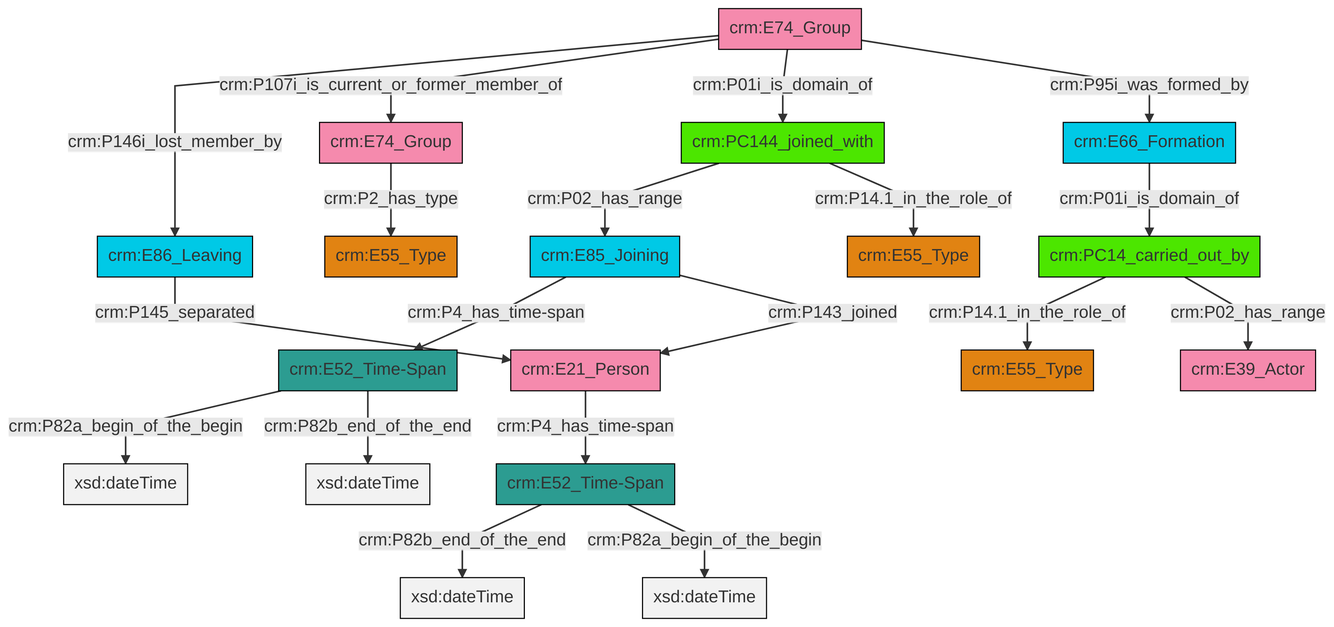
This is et/groupCSV/ttl/mmd/png/group_actor_relations.png from swiss-art-research-net/reference-data-models, a Mermaid export, as it was before one commit. Its source is kept beside it as et/groupCSV/ttl/mmd/group_actor_relations.ttl.mmd.
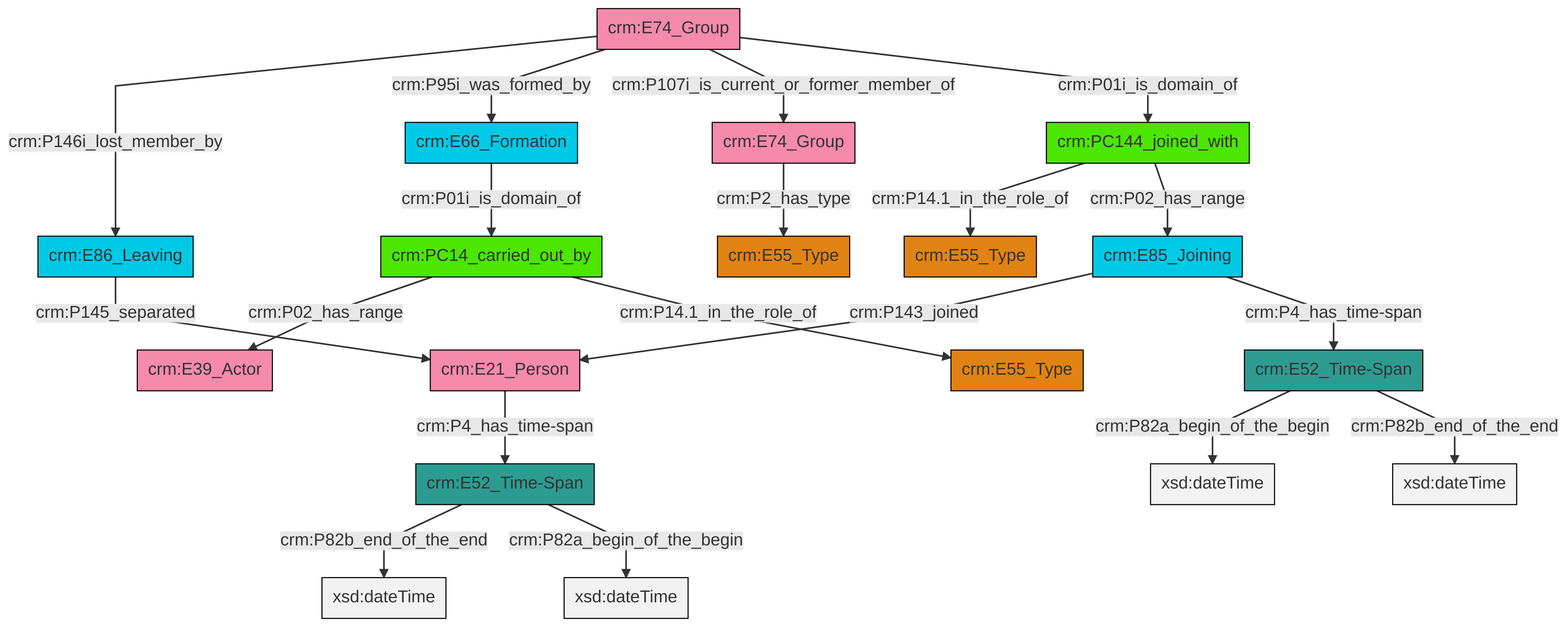
After the commit.

Change to the diagram source:
```diff
@@ -13,21 +13,21 @@
 classDef PC_Classes fill:#4ce600, stroke:#000000;
 classDef Multi fill:#cccccc,stroke:#000000;
 
-0["crm:E74_Group"]:::Actor -->|crm:P146i_lost_member_by| 1["crm:E86_Leaving"]:::Temporal_Entity
-2["crm:E85_Joining"]:::Temporal_Entity -->|crm:P4_has_time-span| 3["crm:E52_Time-Span"]:::Time-Span
-3["crm:E52_Time-Span"]:::Time-Span -->|crm:P82a_begin_of_the_begin| 4[xsd:dateTime]:::Literal
-11["crm:PC14_carried_out_by"]:::PC_Classes -->|crm:P14.1_in_the_role_of| 5["crm:E55_Type"]:::Type
-13["crm:E52_Time-Span"]:::Time-Span -->|crm:P82b_end_of_the_end| 14[xsd:dateTime]:::Literal
-2["crm:E85_Joining"]:::Temporal_Entity -->|crm:P143_joined| 9["crm:E21_Person"]:::Actor
-0["crm:E74_Group"]:::Actor -->|crm:P107i_is_current_or_former_member_of| 27["crm:E74_Group"]:::Actor
-9["crm:E21_Person"]:::Actor -->|crm:P4_has_time-span| 13["crm:E52_Time-Span"]:::Time-Span
-1["crm:E86_Leaving"]:::Temporal_Entity -->|crm:P145_separated| 9["crm:E21_Person"]:::Actor
-19["crm:E66_Formation"]:::Temporal_Entity -->|crm:P01i_is_domain_of| 11["crm:PC14_carried_out_by"]:::PC_Classes
-15["crm:PC144_joined_with"]:::PC_Classes -->|crm:P02_has_range| 2["crm:E85_Joining"]:::Temporal_Entity
-3["crm:E52_Time-Span"]:::Time-Span -->|crm:P82b_end_of_the_end| 30[xsd:dateTime]:::Literal
-13["crm:E52_Time-Span"]:::Time-Span -->|crm:P82a_begin_of_the_begin| 32[xsd:dateTime]:::Literal
-11["crm:PC14_carried_out_by"]:::PC_Classes -->|crm:P02_has_range| 23["crm:E39_Actor"]:::Actor
-0["crm:E74_Group"]:::Actor -->|crm:P01i_is_domain_of| 15["crm:PC144_joined_with"]:::PC_Classes
-15["crm:PC144_joined_with"]:::PC_Classes -->|crm:P14.1_in_the_role_of| 17["crm:E55_Type"]:::Type
-0["crm:E74_Group"]:::Actor -->|crm:P95i_was_formed_by| 19["crm:E66_Formation"]:::Temporal_Entity
-27["crm:E74_Group"]:::Actor -->|crm:P2_has_type| 7["crm:E55_Type"]:::Type
+0["crm:PC144_joined_with"]:::PC_Classes -->|crm:P14.1_in_the_role_of| 1["crm:E55_Type"]:::Type
+2["crm:E74_Group"]:::Actor -->|crm:P146i_lost_member_by| 3["crm:E86_Leaving"]:::Temporal_Entity
+9["crm:E85_Joining"]:::Temporal_Entity -->|crm:P143_joined| 4["crm:E21_Person"]:::Actor
+10["crm:E52_Time-Span"]:::Time-Span -->|crm:P82b_end_of_the_end| 11[xsd:dateTime]:::Literal
+16["crm:E66_Formation"]:::Temporal_Entity -->|crm:P01i_is_domain_of| 17["crm:PC14_carried_out_by"]:::PC_Classes
+17["crm:PC14_carried_out_by"]:::PC_Classes -->|crm:P02_has_range| 6["crm:E39_Actor"]:::Actor
+9["crm:E85_Joining"]:::Temporal_Entity -->|crm:P4_has_time-span| 22["crm:E52_Time-Span"]:::Time-Span
+4["crm:E21_Person"]:::Actor -->|crm:P4_has_time-span| 10["crm:E52_Time-Span"]:::Time-Span
+17["crm:PC14_carried_out_by"]:::PC_Classes -->|crm:P14.1_in_the_role_of| 18["crm:E55_Type"]:::Type
+2["crm:E74_Group"]:::Actor -->|crm:P95i_was_formed_by| 16["crm:E66_Formation"]:::Temporal_Entity
+10["crm:E52_Time-Span"]:::Time-Span -->|crm:P82a_begin_of_the_begin| 25[xsd:dateTime]:::Literal
+2["crm:E74_Group"]:::Actor -->|crm:P107i_is_current_or_former_member_of| 20["crm:E74_Group"]:::Actor
+2["crm:E74_Group"]:::Actor -->|crm:P01i_is_domain_of| 0["crm:PC144_joined_with"]:::PC_Classes
+22["crm:E52_Time-Span"]:::Time-Span -->|crm:P82a_begin_of_the_begin| 29[xsd:dateTime]:::Literal
+3["crm:E86_Leaving"]:::Temporal_Entity -->|crm:P145_separated| 4["crm:E21_Person"]:::Actor
+0["crm:PC144_joined_with"]:::PC_Classes -->|crm:P02_has_range| 9["crm:E85_Joining"]:::Temporal_Entity
+22["crm:E52_Time-Span"]:::Time-Span -->|crm:P82b_end_of_the_end| 32[xsd:dateTime]:::Literal
+20["crm:E74_Group"]:::Actor -->|crm:P2_has_type| 13["crm:E55_Type"]:::Type
```
